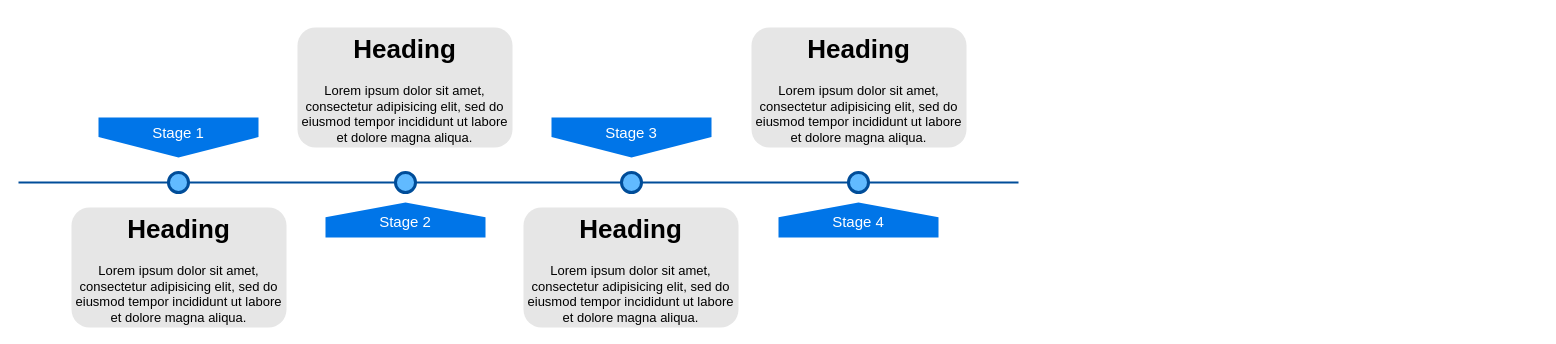
Earlier version of the draw.io diagram Timeline.drawio (chualec/HapChIP). Source tidied: cells renumbered, new cells numbered last; positions are measured from the earlier drawing's top-left corner, leaving out a move shared by most shapes. Both pictures are drawn from the tidied source at 100%, with x=0, y=0 at pixel (18, 27).
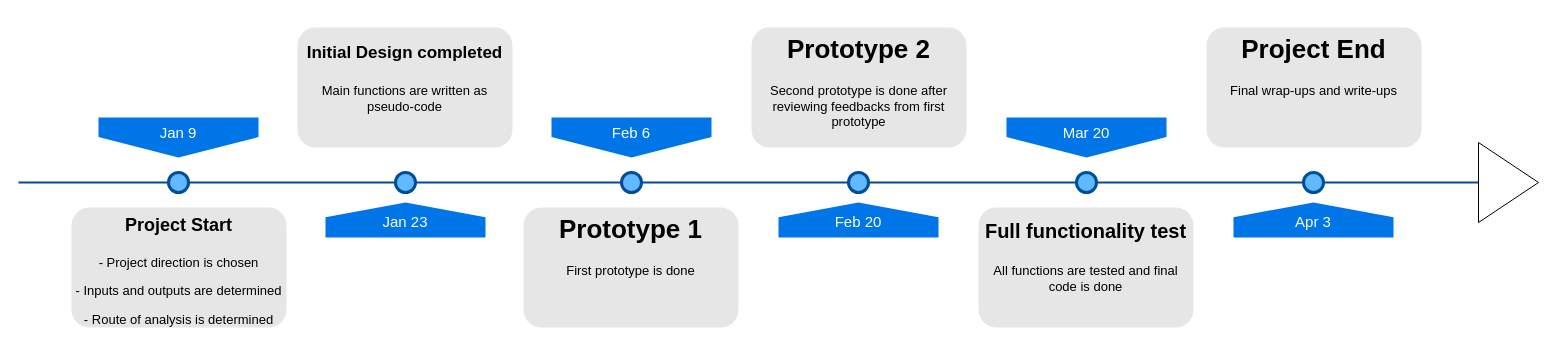
Above is the later version.

Diff of the diagram source:
```diff
@@
     <mxCell id="2" style="line;strokeWidth=2;html=1;fillColor=none;fontSize=28;fontColor=#004D99;strokeColor=#004D99;" parent="1" vertex="1">
-      <mxGeometry y="150" width="1000" height="10" as="geometry" />
+      <mxGeometry y="150" width="1460" height="10" as="geometry" />
     </mxCell>
-    <mxCell id="3" value="Stage 1" style="shape=offPageConnector;whiteSpace=wrap;html=1;fillColor=#0075E8;fontSize=15;fontColor=#FFFFFF;size=0.5093750000000015;verticalAlign=top;strokeColor=none;" parent="1" vertex="1">
+    <mxCell id="3" value="Jan 9" style="shape=offPageConnector;whiteSpace=wrap;html=1;fillColor=#0075E8;fontSize=15;fontColor=#FFFFFF;size=0.5093750000000015;verticalAlign=top;strokeColor=none;" parent="1" vertex="1">
       <mxGeometry x="80" y="90" width="160" height="40" as="geometry" />
     </mxCell>
-    <mxCell id="4" value="&lt;span&gt;Stage 3&lt;/span&gt;" style="shape=offPageConnector;whiteSpace=wrap;html=1;fillColor=#0075E8;fontSize=15;fontColor=#FFFFFF;size=0.5093750000000015;verticalAlign=top;strokeColor=none;" parent="1" vertex="1">
+    <mxCell id="4" value="Feb 6" style="shape=offPageConnector;whiteSpace=wrap;html=1;fillColor=#0075E8;fontSize=15;fontColor=#FFFFFF;size=0.5093750000000015;verticalAlign=top;strokeColor=none;" parent="1" vertex="1">
       <mxGeometry x="533" y="90" width="160" height="40" as="geometry" />
     </mxCell>
-    <mxCell id="5" value="&lt;span&gt;Stage 2&lt;/span&gt;" style="shape=offPageConnector;whiteSpace=wrap;html=1;fillColor=#0075E8;fontSize=15;fontColor=#FFFFFF;size=0.4178571428571445;flipV=1;verticalAlign=bottom;strokeColor=none;spacingBottom=4;" parent="1" vertex="1">
+    <mxCell id="5" value="Jan 23" style="shape=offPageConnector;whiteSpace=wrap;html=1;fillColor=#0075E8;fontSize=15;fontColor=#FFFFFF;size=0.4178571428571445;flipV=1;verticalAlign=bottom;strokeColor=none;spacingBottom=4;" parent="1" vertex="1">
       <mxGeometry x="307" y="175" width="160" height="35" as="geometry" />
     </mxCell>
-    <mxCell id="6" value="&lt;span&gt;Stage 4&lt;/span&gt;" style="shape=offPageConnector;whiteSpace=wrap;html=1;fillColor=#0075E8;fontSize=15;fontColor=#FFFFFF;size=0.4178571428571445;flipV=1;verticalAlign=bottom;strokeColor=none;spacingBottom=4;" parent="1" vertex="1">
+    <mxCell id="6" value="Feb 20" style="shape=offPageConnector;whiteSpace=wrap;html=1;fillColor=#0075E8;fontSize=15;fontColor=#FFFFFF;size=0.4178571428571445;flipV=1;verticalAlign=bottom;strokeColor=none;spacingBottom=4;" parent="1" vertex="1">
       <mxGeometry x="760" y="175" width="160" height="35" as="geometry" />
     </mxCell>
@@
-    <mxCell id="11" value="&lt;h1&gt;Heading&lt;/h1&gt;&lt;p&gt;Lorem ipsum dolor sit amet, consectetur adipisicing elit, sed do eiusmod tempor incididunt ut labore et dolore magna aliqua.&lt;/p&gt;" style="text;html=1;spacing=5;spacingTop=-20;whiteSpace=wrap;overflow=hidden;strokeColor=none;strokeWidth=3;fillColor=#E6E6E6;fontSize=13;fontColor=#000000;align=center;rounded=1;" parent="1" vertex="1">
+    <mxCell id="11" value="&lt;p style=&quot;font-size: 18px;&quot;&gt;&lt;font style=&quot;font-size: 18px;&quot;&gt;&lt;b style=&quot;&quot;&gt;Project Start&lt;/b&gt;&lt;/font&gt;&lt;/p&gt;&lt;p&gt;- Project direction is chosen&lt;/p&gt;&lt;p&gt;- Inputs and outputs are determined&lt;/p&gt;&lt;p&gt;- Route of analysis is determined&lt;br&gt;&lt;/p&gt;" style="text;html=1;spacing=5;spacingTop=-20;whiteSpace=wrap;overflow=hidden;strokeColor=none;strokeWidth=3;fillColor=#E6E6E6;fontSize=13;fontColor=#000000;align=center;rounded=1;" parent="1" vertex="1">
       <mxGeometry x="53" y="180" width="215" height="120" as="geometry" />
     </mxCell>
-    <mxCell id="12" value="&lt;h1&gt;Heading&lt;/h1&gt;&lt;p&gt;Lorem ipsum dolor sit amet, consectetur adipisicing elit, sed do eiusmod tempor incididunt ut labore et dolore magna aliqua.&lt;/p&gt;" style="text;html=1;spacing=5;spacingTop=-20;whiteSpace=wrap;overflow=hidden;strokeColor=none;strokeWidth=3;fillColor=#E6E6E6;fontSize=13;fontColor=#000000;align=center;rounded=1;" parent="1" vertex="1">
+    <mxCell id="12" value="&lt;h1&gt;&lt;font style=&quot;font-size: 17px;&quot;&gt;Initial Design completed&lt;/font&gt;&lt;br&gt;&lt;/h1&gt;&lt;p&gt;Main functions are written as pseudo-code&lt;br&gt;&lt;/p&gt;" style="text;html=1;spacing=5;spacingTop=-20;whiteSpace=wrap;overflow=hidden;strokeColor=none;strokeWidth=3;fillColor=#E6E6E6;fontSize=13;fontColor=#000000;align=center;rounded=1;" parent="1" vertex="1">
       <mxGeometry x="279" width="215" height="120" as="geometry" />
     </mxCell>
-    <mxCell id="13" value="&lt;h1&gt;Heading&lt;/h1&gt;&lt;p&gt;Lorem ipsum dolor sit amet, consectetur adipisicing elit, sed do eiusmod tempor incididunt ut labore et dolore magna aliqua.&lt;/p&gt;" style="text;html=1;spacing=5;spacingTop=-20;whiteSpace=wrap;overflow=hidden;strokeColor=none;strokeWidth=3;fillColor=#E6E6E6;fontSize=13;fontColor=#000000;align=center;rounded=1;" parent="1" vertex="1">
+    <mxCell id="13" value="&lt;h1&gt;Prototype 1&lt;br&gt;&lt;/h1&gt;&lt;p&gt;First prototype is done&lt;br&gt;&lt;/p&gt;" style="text;html=1;spacing=5;spacingTop=-20;whiteSpace=wrap;overflow=hidden;strokeColor=none;strokeWidth=3;fillColor=#E6E6E6;fontSize=13;fontColor=#000000;align=center;rounded=1;" parent="1" vertex="1">
       <mxGeometry x="505" y="180" width="215" height="120" as="geometry" />
     </mxCell>
-    <mxCell id="14" value="&lt;h1&gt;Heading&lt;/h1&gt;&lt;p&gt;Lorem ipsum dolor sit amet, consectetur adipisicing elit, sed do eiusmod tempor incididunt ut labore et dolore magna aliqua.&lt;/p&gt;" style="text;html=1;spacing=5;spacingTop=-20;whiteSpace=wrap;overflow=hidden;strokeColor=none;strokeWidth=3;fillColor=#E6E6E6;fontSize=13;fontColor=#000000;align=center;rounded=1;" parent="1" vertex="1">
+    <mxCell id="14" value="&lt;h1&gt;Prototype 2&lt;br&gt;&lt;/h1&gt;&lt;p&gt;Second prototype is done after reviewing feedbacks from first prototype&lt;br&gt;&lt;/p&gt;" style="text;html=1;spacing=5;spacingTop=-20;whiteSpace=wrap;overflow=hidden;strokeColor=none;strokeWidth=3;fillColor=#E6E6E6;fontSize=13;fontColor=#000000;align=center;rounded=1;" parent="1" vertex="1">
       <mxGeometry x="733" width="215" height="120" as="geometry" />
     </mxCell>
+    <mxCell id="15" value="Mar 20" style="shape=offPageConnector;whiteSpace=wrap;html=1;fillColor=#0075E8;fontSize=15;fontColor=#FFFFFF;size=0.5093750000000015;verticalAlign=top;strokeColor=none;" parent="1" vertex="1">
+      <mxGeometry x="988" y="90" width="160" height="40" as="geometry" />
+    </mxCell>
+    <mxCell id="16" value="&lt;div&gt;Apr 3&lt;/div&gt;" style="shape=offPageConnector;whiteSpace=wrap;html=1;fillColor=#0075E8;fontSize=15;fontColor=#FFFFFF;size=0.4178571428571445;flipV=1;verticalAlign=bottom;strokeColor=none;spacingBottom=4;" parent="1" vertex="1">
+      <mxGeometry x="1215" y="175" width="160" height="35" as="geometry" />
+    </mxCell>
+    <mxCell id="17" style="ellipse;whiteSpace=wrap;html=1;fillColor=#61BAFF;fontSize=28;fontColor=#004D99;strokeWidth=3;strokeColor=#004D99;" parent="1" vertex="1">
+      <mxGeometry x="1058" y="145" width="20" height="20" as="geometry" />
+    </mxCell>
+    <mxCell id="18" style="ellipse;whiteSpace=wrap;html=1;fillColor=#61BAFF;fontSize=28;fontColor=#004D99;strokeWidth=3;strokeColor=#004D99;" parent="1" vertex="1">
+      <mxGeometry x="1285" y="145" width="20" height="20" as="geometry" />
+    </mxCell>
+    <mxCell id="19" value="&lt;h1&gt;&lt;font style=&quot;font-size: 20px;&quot;&gt;Full functionality test&lt;/font&gt;&lt;br&gt;&lt;/h1&gt;&lt;p&gt;All functions are tested and final code is done&lt;br&gt;&lt;/p&gt;" style="text;html=1;spacing=5;spacingTop=-20;whiteSpace=wrap;overflow=hidden;strokeColor=none;strokeWidth=3;fillColor=#E6E6E6;fontSize=13;fontColor=#000000;align=center;rounded=1;" parent="1" vertex="1">
+      <mxGeometry x="960" y="180" width="215" height="120" as="geometry" />
+    </mxCell>
+    <mxCell id="20" value="&lt;h1&gt;Project End&lt;br&gt;&lt;/h1&gt;&lt;p&gt;Final wrap-ups and write-ups&lt;br&gt;&lt;/p&gt;" style="text;html=1;spacing=5;spacingTop=-20;whiteSpace=wrap;overflow=hidden;strokeColor=none;strokeWidth=3;fillColor=#E6E6E6;fontSize=13;fontColor=#000000;align=center;rounded=1;" parent="1" vertex="1">
+      <mxGeometry x="1188" width="215" height="120" as="geometry" />
+    </mxCell>
+    <mxCell id="21" style="triangle;whiteSpace=wrap;html=1;fontSize=18;" parent="1" vertex="1">
+      <mxGeometry x="1460" y="115" width="60" height="80" as="geometry" />
+    </mxCell>
```
